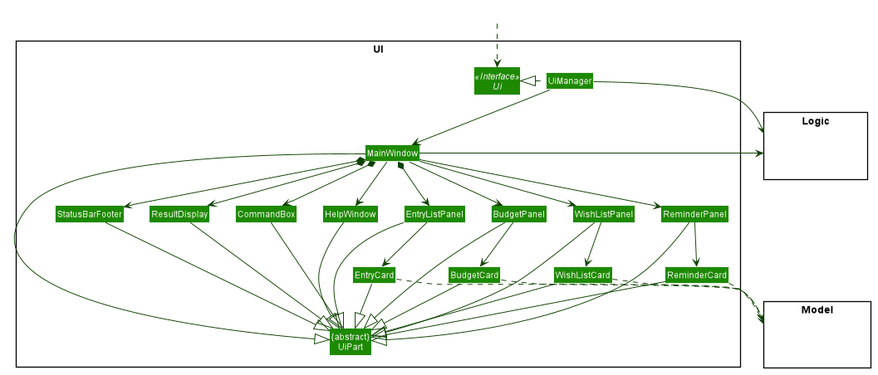
The PlantUML diagram docs/images/UiClassDiagram.png in nus-cs2103-AY1920S1/addressbook-level3, before a commit.
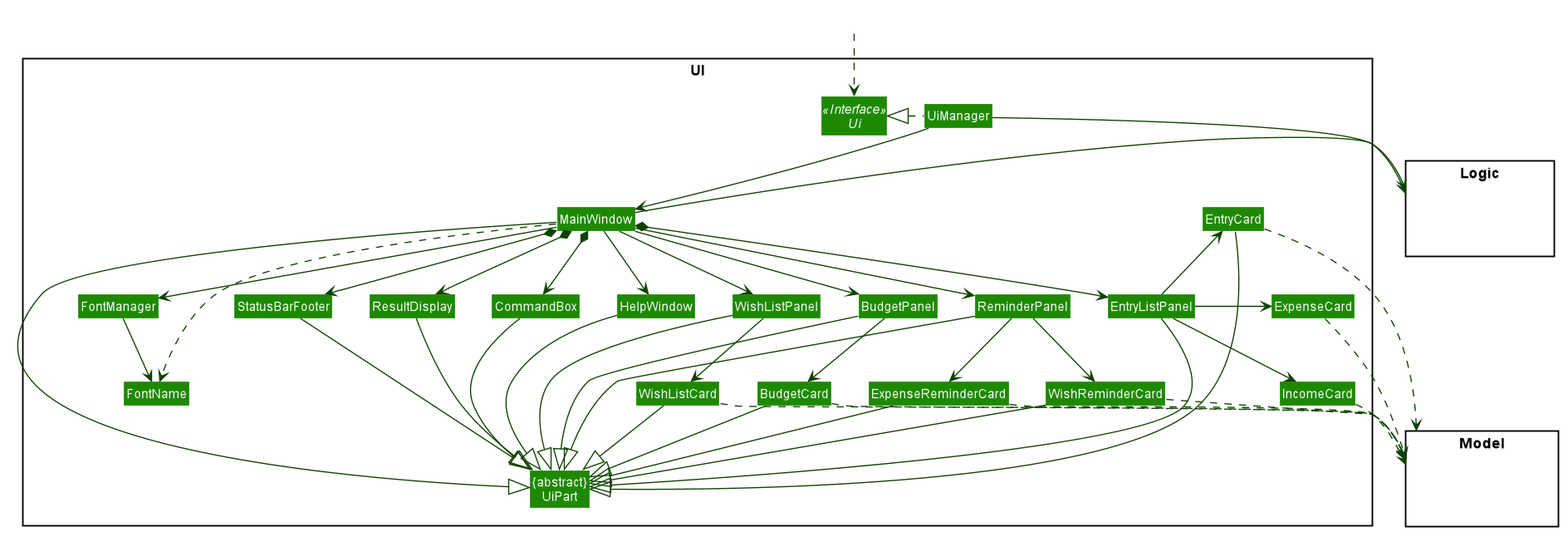
The same file after the commit.

Commit message:
Update UI class diagram in DG

Diff of the diagram source:
```diff
@@ -1,4 +1,5 @@
 @startuml
+
 
 
 
@@ -63,11 +64,16 @@
 Class WishListPanel
 Class ReminderPanel
 Class EntryCard
+Class ExpenseCard
+Class IncomeCard
 Class BudgetCard
 Class WishListCard
-Class ReminderCard
+Class ExpenseReminderCard
+Class WishReminderCard
 Class StatusBarFooter
 Class CommandBox
+Class FontName
+Class FontManager
 }
 
 package Model <<Rectangle>> {
@@ -82,7 +88,7 @@
 HiddenOutside ..> Ui
 
 UiManager .left.|> Ui
-UiManager -down-> MainWindow
+UiManager --> MainWindow
 MainWindow --> HelpWindow
 MainWindow *--> CommandBox
 MainWindow *--> ResultDisplay
@@ -91,16 +97,26 @@
 MainWindow --> BudgetPanel
 MainWindow --> ReminderPanel
 MainWindow *--> StatusBarFooter
+MainWindow --> FontManager
+MainWindow ..> FontName
 
-EntryListPanel -down-> EntryCard
+EntryListPanel -up-> EntryCard
 
-WishListPanel -down-> WishListCard
+EntryListPanel -right-> ExpenseCard
 
-BudgetPanel -down-> BudgetCard
+EntryListPanel -down-> IncomeCard
 
-ReminderPanel -down-> ReminderCard
+WishListPanel --> WishListCard
 
-MainWindow -right-|> UiPart
+BudgetPanel --> BudgetCard
+
+ReminderPanel --> ExpenseReminderCard
+
+ReminderPanel --> WishReminderCard
+
+FontManager --> FontName
+
+MainWindow --|> UiPart
 
 ResultDisplay --|> UiPart
 CommandBox --|> UiPart
@@ -111,23 +127,29 @@
 EntryCard --|> UiPart
 WishListCard --|> UiPart
 BudgetCard --|> UiPart
-ReminderCard --|> UiPart
+ExpenseReminderCard --|> UiPart
+WishReminderCard --|> UiPart
 
-StatusBarFooter -right-|> UiPart
-HelpWindow -right-|> UiPart
+StatusBarFooter -down-|> UiPart
+HelpWindow -down-|> UiPart
 
 EntryCard .down.> Model
+ExpenseCard .down.> Model
+IncomeCard .down.> Model
 WishListCard .down.> Model
 BudgetCard .down.> Model
-ReminderCard .down.> Model
+ExpenseReminderCard .down.> Model
+WishReminderCard .down.> Model
 
 UiManager -right-> Logic
 MainWindow -left-> Logic
 
 EntryListPanel -[hidden]left- HelpWindow
+EntryListPanel -[hidden]left- ReminderPanel
 HelpWindow -[hidden]left- CommandBox
 CommandBox -[hidden]left- ResultDisplay
 ResultDisplay -[hidden]left- StatusBarFooter
+StatusBarFooter -[hidden]left- FontManager
 
 MainWindow -[hidden]-|> UiPart
 @enduml
```
